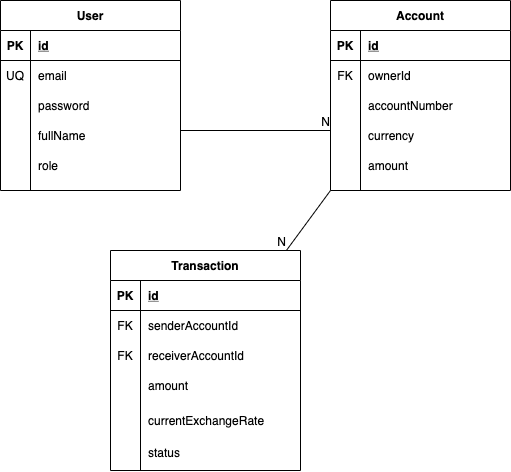
The draw.io diagram docs/db_schema.png in flowacademyhu/netbank, before a commit. Source tidied: cells renumbered, new cells last; positions are measured from the earlier drawing's top-left corner, leaving out a move shared by most shapes. Its diagram source:
```xml
<mxGraphModel>
  <root>
    <mxCell id="0" />
    <mxCell id="1" parent="0" />
    <mxCell id="2" value="User" style="shape=table;startSize=30;rowLines=0;fontStyle=1;align=center;" parent="1" vertex="1">
      <mxGeometry width="180" height="190" as="geometry" />
    </mxCell>
    <mxCell id="3" style="shape=partialRectangle;fillColor=none;top=0;left=0;bottom=1;right=0;" parent="2" vertex="1">
      <mxGeometry y="30" width="180" height="30" as="geometry" />
    </mxCell>
    <mxCell id="4" value="PK" style="shape=partialRectangle;fillColor=none;top=0;left=0;bottom=0;right=0;fontStyle=1;overflow=hidden;" parent="3" vertex="1">
      <mxGeometry width="30" height="30" as="geometry" />
    </mxCell>
    <mxCell id="5" value="id" style="shape=partialRectangle;fillColor=none;top=0;left=0;bottom=0;right=0;align=left;spacingLeft=6;fontStyle=5;overflow=hidden;" parent="3" vertex="1">
      <mxGeometry x="30" width="150" height="30" as="geometry" />
    </mxCell>
    <mxCell id="6" style="shape=partialRectangle;fillColor=none;top=0;left=0;bottom=0;right=0;" parent="2" vertex="1">
      <mxGeometry y="60" width="180" height="30" as="geometry" />
    </mxCell>
    <mxCell id="7" value="UQ" style="shape=partialRectangle;fillColor=none;top=0;left=0;bottom=0;right=0;overflow=hidden;" parent="6" vertex="1">
      <mxGeometry width="30" height="30" as="geometry" />
    </mxCell>
    <mxCell id="8" value="email" style="shape=partialRectangle;fillColor=none;top=0;left=0;bottom=0;right=0;align=left;spacingLeft=6;overflow=hidden;" parent="6" vertex="1">
      <mxGeometry x="30" width="150" height="30" as="geometry" />
    </mxCell>
    <mxCell id="9" style="shape=partialRectangle;fillColor=none;top=0;left=0;bottom=0;right=0;" parent="2" vertex="1">
      <mxGeometry y="90" width="180" height="30" as="geometry" />
    </mxCell>
    <mxCell id="10" style="shape=partialRectangle;fillColor=none;top=0;left=0;bottom=0;right=0;overflow=hidden;" parent="9" vertex="1">
      <mxGeometry width="30" height="30" as="geometry" />
    </mxCell>
    <mxCell id="11" value="password" style="shape=partialRectangle;fillColor=none;top=0;left=0;bottom=0;right=0;align=left;spacingLeft=6;overflow=hidden;" parent="9" vertex="1">
      <mxGeometry x="30" width="150" height="30" as="geometry" />
    </mxCell>
    <mxCell id="12" style="shape=partialRectangle;fillColor=none;top=0;left=0;bottom=0;right=0;" parent="2" vertex="1">
      <mxGeometry y="120" width="180" height="30" as="geometry" />
    </mxCell>
    <mxCell id="13" style="shape=partialRectangle;fillColor=none;top=0;left=0;bottom=0;right=0;overflow=hidden;" parent="12" vertex="1">
      <mxGeometry width="30" height="30" as="geometry" />
    </mxCell>
    <mxCell id="14" value="fullName" style="shape=partialRectangle;fillColor=none;top=0;left=0;bottom=0;right=0;align=left;spacingLeft=6;overflow=hidden;" parent="12" vertex="1">
      <mxGeometry x="30" width="150" height="30" as="geometry" />
    </mxCell>
    <mxCell id="15" value="role" style="shape=partialRectangle;fillColor=none;top=0;left=0;bottom=0;right=0;align=left;spacingLeft=6;overflow=hidden;" parent="1" vertex="1">
      <mxGeometry x="30" y="150" width="150" height="30" as="geometry" />
    </mxCell>
    <mxCell id="16" style="group;" parent="1" vertex="1">
      <mxGeometry x="330" width="180" height="190" as="geometry" />
    </mxCell>
    <mxCell id="17" value="Account" style="shape=table;startSize=30;rowLines=0;fontStyle=1;align=center;" parent="16" vertex="1">
      <mxGeometry width="180" height="190" as="geometry" />
    </mxCell>
    <mxCell id="18" style="shape=partialRectangle;fillColor=none;top=0;left=0;bottom=1;right=0;" parent="17" vertex="1">
      <mxGeometry y="30" width="180" height="30" as="geometry" />
    </mxCell>
    <mxCell id="19" value="PK" style="shape=partialRectangle;fillColor=none;top=0;left=0;bottom=0;right=0;fontStyle=1;overflow=hidden;" parent="18" vertex="1">
      <mxGeometry width="30" height="30" as="geometry" />
    </mxCell>
    <mxCell id="20" value="id" style="shape=partialRectangle;fillColor=none;top=0;left=0;bottom=0;right=0;align=left;spacingLeft=6;fontStyle=5;overflow=hidden;" parent="18" vertex="1">
      <mxGeometry x="30" width="150" height="30" as="geometry" />
    </mxCell>
    <mxCell id="21" style="shape=partialRectangle;fillColor=none;top=0;left=0;bottom=0;right=0;" parent="17" vertex="1">
      <mxGeometry y="60" width="180" height="30" as="geometry" />
    </mxCell>
    <mxCell id="22" value="FK" style="shape=partialRectangle;fillColor=none;top=0;left=0;bottom=0;right=0;overflow=hidden;" parent="21" vertex="1">
      <mxGeometry width="30" height="30" as="geometry" />
    </mxCell>
    <mxCell id="23" value="ownerId" style="shape=partialRectangle;fillColor=none;top=0;left=0;bottom=0;right=0;align=left;spacingLeft=6;overflow=hidden;" parent="21" vertex="1">
      <mxGeometry x="30" width="150" height="30" as="geometry" />
    </mxCell>
    <mxCell id="24" style="shape=partialRectangle;fillColor=none;top=0;left=0;bottom=0;right=0;" parent="17" vertex="1">
      <mxGeometry y="90" width="180" height="30" as="geometry" />
    </mxCell>
    <mxCell id="25" style="shape=partialRectangle;fillColor=none;top=0;left=0;bottom=0;right=0;overflow=hidden;" parent="24" vertex="1">
      <mxGeometry width="30" height="30" as="geometry" />
    </mxCell>
    <mxCell id="26" value="accountNumber" style="shape=partialRectangle;fillColor=none;top=0;left=0;bottom=0;right=0;align=left;spacingLeft=6;overflow=hidden;" parent="24" vertex="1">
      <mxGeometry x="30" width="150" height="30" as="geometry" />
    </mxCell>
    <mxCell id="27" style="shape=partialRectangle;fillColor=none;top=0;left=0;bottom=0;right=0;" parent="17" vertex="1">
      <mxGeometry y="120" width="180" height="30" as="geometry" />
    </mxCell>
    <mxCell id="28" style="shape=partialRectangle;fillColor=none;top=0;left=0;bottom=0;right=0;overflow=hidden;" parent="27" vertex="1">
      <mxGeometry width="30" height="30" as="geometry" />
    </mxCell>
    <mxCell id="29" value="currency" style="shape=partialRectangle;fillColor=none;top=0;left=0;bottom=0;right=0;align=left;spacingLeft=6;overflow=hidden;" parent="27" vertex="1">
      <mxGeometry x="30" width="150" height="30" as="geometry" />
    </mxCell>
    <mxCell id="30" value="amount" style="shape=partialRectangle;fillColor=none;top=0;left=0;bottom=0;right=0;align=left;spacingLeft=6;overflow=hidden;" parent="16" vertex="1">
      <mxGeometry x="30" y="150" width="150" height="30" as="geometry" />
    </mxCell>
    <mxCell id="31" style="endArrow=none;html=1;rounded=0;" parent="1" edge="1">
      <mxGeometry relative="1" as="geometry">
        <mxPoint x="180" y="130" as="sourcePoint" />
        <mxPoint x="330" y="130" as="targetPoint" />
      </mxGeometry>
    </mxCell>
    <mxCell id="32" value="N" style="html=1;align=right;verticalAlign=bottom;" parent="31" vertex="1">
      <mxGeometry x="1" relative="1" as="geometry" />
    </mxCell>
    <mxCell id="33" style="group;" parent="1" vertex="1">
      <mxGeometry x="110" y="250" width="193.6" height="220" as="geometry" />
    </mxCell>
    <mxCell id="34" style="group;" parent="33" vertex="1">
      <mxGeometry width="193.6" height="220" as="geometry" />
    </mxCell>
    <mxCell id="35" value="Transaction" style="shape=table;startSize=30;rowLines=0;fontStyle=1;align=center;" parent="34" vertex="1">
      <mxGeometry width="190" height="220" as="geometry" />
    </mxCell>
    <mxCell id="36" style="shape=partialRectangle;fillColor=none;top=0;left=0;bottom=1;right=0;" parent="35" vertex="1">
      <mxGeometry y="30" width="190" height="30" as="geometry" />
    </mxCell>
    <mxCell id="37" value="PK" style="shape=partialRectangle;fillColor=none;top=0;left=0;bottom=0;right=0;fontStyle=1;overflow=hidden;" parent="36" vertex="1">
      <mxGeometry width="30" height="30" as="geometry" />
    </mxCell>
    <mxCell id="38" value="id" style="shape=partialRectangle;fillColor=none;top=0;left=0;bottom=0;right=0;align=left;spacingLeft=6;fontStyle=5;overflow=hidden;" parent="36" vertex="1">
      <mxGeometry x="30" width="160" height="30" as="geometry" />
    </mxCell>
    <mxCell id="39" style="shape=partialRectangle;fillColor=none;top=0;left=0;bottom=0;right=0;" parent="35" vertex="1">
      <mxGeometry y="60" width="190" height="30" as="geometry" />
    </mxCell>
    <mxCell id="40" value="FK" style="shape=partialRectangle;fillColor=none;top=0;left=0;bottom=0;right=0;overflow=hidden;" parent="39" vertex="1">
      <mxGeometry width="30" height="30" as="geometry" />
    </mxCell>
    <mxCell id="41" value="senderAccountId" style="shape=partialRectangle;fillColor=none;top=0;left=0;bottom=0;right=0;align=left;spacingLeft=6;overflow=hidden;" parent="39" vertex="1">
      <mxGeometry x="30" width="160" height="30" as="geometry" />
    </mxCell>
    <mxCell id="42" style="shape=partialRectangle;fillColor=none;top=0;left=0;bottom=0;right=0;" parent="35" vertex="1">
      <mxGeometry y="90" width="190" height="30" as="geometry" />
    </mxCell>
    <mxCell id="43" value="FK" style="shape=partialRectangle;fillColor=none;top=0;left=0;bottom=0;right=0;overflow=hidden;" parent="42" vertex="1">
      <mxGeometry width="30" height="30" as="geometry" />
    </mxCell>
    <mxCell id="44" value="receiverAccountId" style="shape=partialRectangle;fillColor=none;top=0;left=0;bottom=0;right=0;align=left;spacingLeft=6;overflow=hidden;" parent="42" vertex="1">
      <mxGeometry x="30" width="160" height="30" as="geometry" />
    </mxCell>
    <mxCell id="45" style="shape=partialRectangle;fillColor=none;top=0;left=0;bottom=0;right=0;" parent="35" vertex="1">
      <mxGeometry y="120" width="190" height="30" as="geometry" />
    </mxCell>
    <mxCell id="46" style="shape=partialRectangle;fillColor=none;top=0;left=0;bottom=0;right=0;overflow=hidden;" parent="45" vertex="1">
      <mxGeometry width="30" height="30" as="geometry" />
    </mxCell>
    <mxCell id="47" value="amount" style="shape=partialRectangle;fillColor=none;top=0;left=0;bottom=0;right=0;align=left;spacingLeft=6;overflow=hidden;" parent="45" vertex="1">
      <mxGeometry x="30" width="160" height="30" as="geometry" />
    </mxCell>
    <mxCell id="48" value="currentExchangeRate" style="shape=partialRectangle;fillColor=none;top=0;left=0;bottom=0;right=0;align=left;spacingLeft=6;overflow=hidden;" parent="34" vertex="1">
      <mxGeometry x="30" y="150" width="163.6" height="40" as="geometry" />
    </mxCell>
    <mxCell id="49" value="status" style="shape=partialRectangle;fillColor=none;top=0;left=0;bottom=0;right=0;align=left;spacingLeft=6;overflow=hidden;" parent="34" vertex="1">
      <mxGeometry x="30" y="183.3" width="150" height="36.7" as="geometry" />
    </mxCell>
    <mxCell id="50" style="endArrow=none;html=1;rounded=0;exitX=0;exitY=1;exitDx=0;exitDy=0;" parent="1" edge="1" source="17" target="35">
      <mxGeometry relative="1" as="geometry" />
    </mxCell>
    <mxCell id="51" value="N" style="html=1;align=right;verticalAlign=bottom;" parent="50" vertex="1">
      <mxGeometry x="1" relative="1" as="geometry" />
    </mxCell>
  </root>
</mxGraphModel>
```
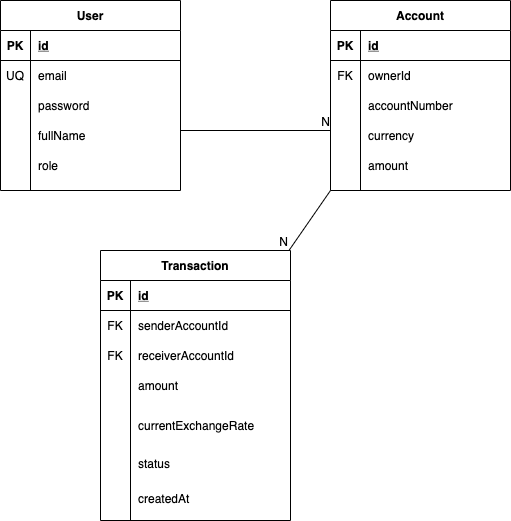
Later version of the same file.

Commit message:
add api docs update db schema

Diff of the diagram source:
```diff
@@ -99,13 +99,13 @@
       <mxGeometry x="1" relative="1" as="geometry" />
     </mxCell>
     <mxCell id="33" style="group;" parent="1" vertex="1">
-      <mxGeometry x="110" y="250" width="193.6" height="220" as="geometry" />
+      <mxGeometry x="110" y="250" width="193.6" height="270" as="geometry" />
     </mxCell>
     <mxCell id="34" style="group;" parent="33" vertex="1">
-      <mxGeometry width="193.6" height="220" as="geometry" />
+      <mxGeometry x="-10" width="193.6" height="270" as="geometry" />
     </mxCell>
     <mxCell id="35" value="Transaction" style="shape=table;startSize=30;rowLines=0;fontStyle=1;align=center;" parent="34" vertex="1">
-      <mxGeometry width="190" height="220" as="geometry" />
+      <mxGeometry width="190" height="270" as="geometry" />
     </mxCell>
     <mxCell id="36" style="shape=partialRectangle;fillColor=none;top=0;left=0;bottom=1;right=0;" parent="35" vertex="1">
       <mxGeometry y="30" width="190" height="30" as="geometry" />
@@ -144,11 +144,14 @@
       <mxGeometry x="30" width="160" height="30" as="geometry" />
     </mxCell>
     <mxCell id="48" value="currentExchangeRate" style="shape=partialRectangle;fillColor=none;top=0;left=0;bottom=0;right=0;align=left;spacingLeft=6;overflow=hidden;" parent="34" vertex="1">
-      <mxGeometry x="30" y="150" width="163.6" height="40" as="geometry" />
+      <mxGeometry x="30" y="150" width="163.6" height="49.1" as="geometry" />
     </mxCell>
     <mxCell id="49" value="status" style="shape=partialRectangle;fillColor=none;top=0;left=0;bottom=0;right=0;align=left;spacingLeft=6;overflow=hidden;" parent="34" vertex="1">
-      <mxGeometry x="30" y="183.3" width="150" height="36.7" as="geometry" />
+      <mxGeometry x="30" y="190" width="150" height="45" as="geometry" />
     </mxCell>
+    <mxCell id="52" value="createdAt" style="shape=partialRectangle;fillColor=none;top=0;left=0;bottom=0;right=0;align=left;spacingLeft=6;overflow=hidden;" parent="34" vertex="1">
+      <mxGeometry x="30" y="225" width="150" height="45" as="geometry" />
+    </mxCell>
     <mxCell id="50" style="endArrow=none;html=1;rounded=0;exitX=0;exitY=1;exitDx=0;exitDy=0;" parent="1" edge="1" source="17" target="35">
       <mxGeometry relative="1" as="geometry" />
     </mxCell>
```
